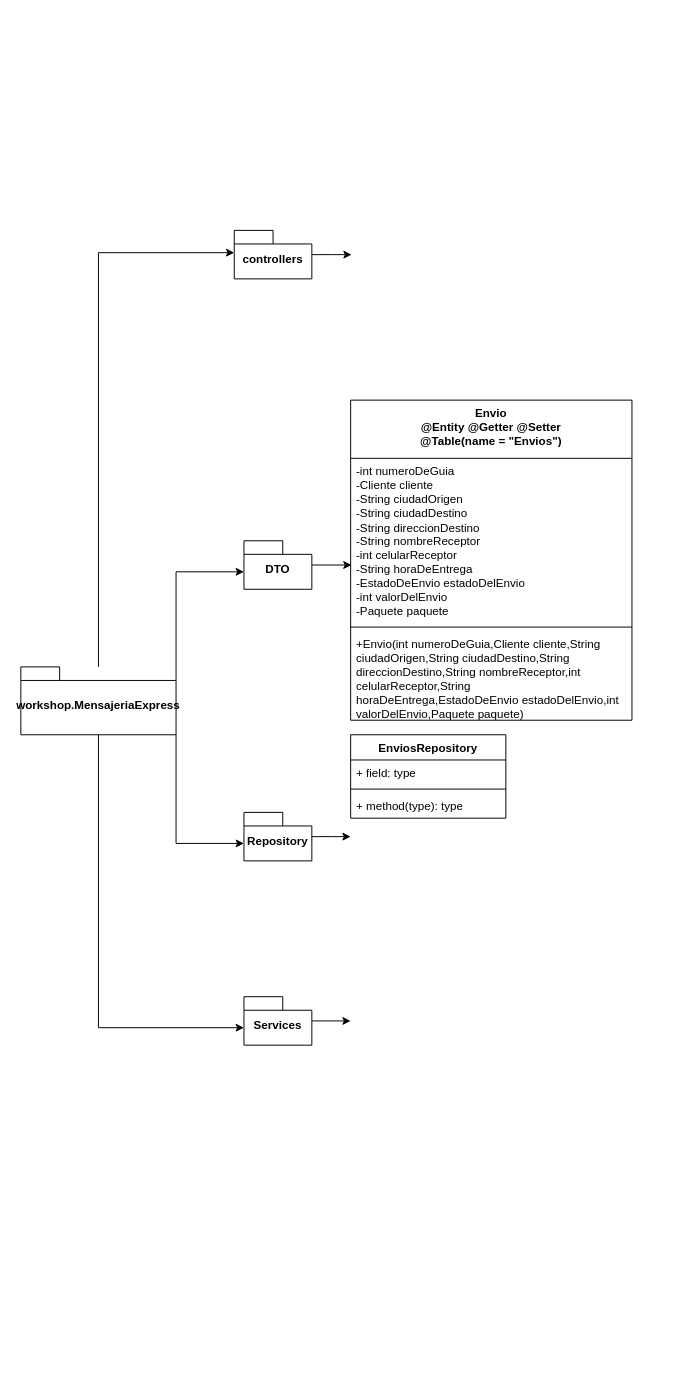
This is Diagrama sin título.drawio from EmmanuelUs4/Proyecto-integrador, a draw.io file, before an edit. Source tidied: cells renumbered, new cells numbered last; positions are measured from the earlier drawing's top-left corner, leaving out a move shared by most shapes. Both pictures are drawn from the tidied source at 97%, with x=0, y=0 at pixel (20, 230).
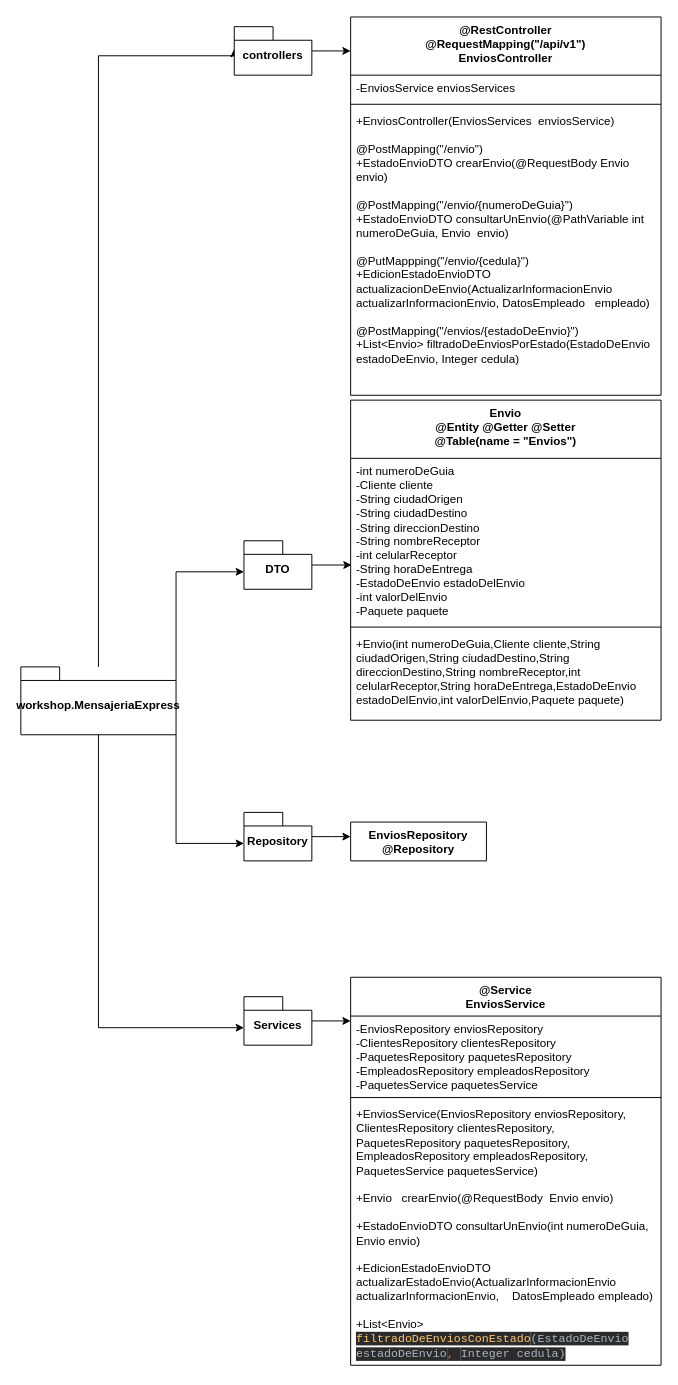
The same diagram, later.

The change refers to these unchanged cells:
```xml
<mxCell id="6" value="workshop.MensajeriaExpress" style="shape=folder;fontStyle=1;spacingTop=10;tabWidth=40;tabHeight=14;tabPosition=left;html=1;whiteSpace=wrap;" parent="1" vertex="1">
  <mxGeometry y="450" width="160" height="70" as="geometry" />
</mxCell>
```

Diff of the diagram source:
```diff
@@
     <mxCell id="2" style="edgeStyle=orthogonalEdgeStyle;rounded=0;jettySize=auto;html=1;entryX=0;entryY=0;entryDx=0;entryDy=23;entryPerimeter=0;" parent="1" edge="1" source="6" target="8">
       <mxGeometry relative="1" as="geometry">
         <Array as="points">
-          <mxPoint x="80" y="23" />
+          <mxPoint x="80" y="-180" />
+          <mxPoint x="220" y="-180" />
         </Array>
       </mxGeometry>
     </mxCell>
@@
-    <mxCell id="7" style="edgeStyle=orthogonalEdgeStyle;rounded=0;jettySize=auto;html=1;entryX=0.002;entryY=0.247;entryDx=0;entryDy=0;entryPerimeter=0;" parent="1" edge="1" source="8">
+    <mxCell id="7" style="edgeStyle=orthogonalEdgeStyle;rounded=0;jettySize=auto;html=1;" parent="1" edge="1" source="8">
       <mxGeometry relative="1" as="geometry">
-        <mxPoint x="341" y="25" as="targetPoint" />
+        <mxPoint x="340" y="-185" as="targetPoint" />
       </mxGeometry>
     </mxCell>
     <mxCell id="8" value="controllers" style="shape=folder;fontStyle=1;spacingTop=10;tabWidth=40;tabHeight=14;tabPosition=left;html=1;whiteSpace=wrap;" parent="1" vertex="1">
-      <mxGeometry x="220" width="80" height="50" as="geometry" />
+      <mxGeometry x="220" y="-210" width="80" height="50" as="geometry" />
     </mxCell>
@@
     <mxCell id="15" value="Envio&lt;br&gt;@Entity @Getter @Setter&lt;br&gt;@Table(name = &quot;Envios&quot;)" style="swimlane;fontStyle=1;align=center;verticalAlign=top;horizontal=1;startSize=60;whiteSpace=wrap;html=1;" parent="1" vertex="1">
-      <mxGeometry x="340" y="175" width="290" height="330" as="geometry" />
+      <mxGeometry x="340" y="175" width="320" height="330" as="geometry" />
     </mxCell>
     <mxCell id="16" value="-int numeroDeGuia&lt;br&gt;-Cliente cliente&lt;br&gt;-String ciudadOrigen&lt;br&gt;-String ciudadDestino&lt;br&gt;-String direccionDestino&lt;br&gt;-String nombreReceptor&lt;br&gt;-int celularReceptor&lt;br&gt;-String horaDeEntrega&lt;br&gt;-EstadoDeEnvio estadoDelEnvio&lt;br&gt;-int valorDelEnvio&lt;br&gt;-Paquete paquete" style="text;strokeColor=none;fillColor=none;align=left;verticalAlign=top;spacingLeft=4;spacingRight=4;overflow=hidden;points=[[0,0.5],[1,0.5]];portConstraint=eastwest;whiteSpace=wrap;html=1;" parent="15" vertex="1">
-      <mxGeometry y="60" width="290" height="170" as="geometry" />
+      <mxGeometry y="60" width="320" height="170" as="geometry" />
     </mxCell>
     <mxCell id="17" style="line;strokeWidth=1;fillColor=none;align=left;verticalAlign=middle;spacingTop=-1;spacingLeft=3;spacingRight=3;labelPosition=right;strokeColor=inherit;" parent="15" vertex="1">
-      <mxGeometry y="230" width="290" height="8" as="geometry" />
+      <mxGeometry y="230" width="320" height="8" as="geometry" />
     </mxCell>
     <mxCell id="18" value="+Envio(int numeroDeGuia,Cliente cliente,String ciudadOrigen,String ciudadDestino,String direccionDestino,String nombreReceptor,int celularReceptor,String horaDeEntrega,EstadoDeEnvio estadoDelEnvio,int valorDelEnvio,Paquete paquete)" style="text;strokeColor=none;fillColor=none;align=left;verticalAlign=top;spacingLeft=4;spacingRight=4;overflow=hidden;whiteSpace=wrap;html=1;" parent="15" vertex="1">
-      <mxGeometry y="238" width="290" height="92" as="geometry" />
+      <mxGeometry y="238" width="320" height="92" as="geometry" />
     </mxCell>
-    <mxCell id="19" value="EnviosRepository" style="swimlane;fontStyle=1;align=center;verticalAlign=top;horizontal=1;startSize=26;whiteSpace=wrap;html=1;" parent="1" vertex="1">
-      <mxGeometry x="340" y="520" width="160" height="86" as="geometry" />
+    <mxCell id="19" value="EnviosRepository&lt;br&gt;@Repository" style="swimlane;fontStyle=1;align=center;verticalAlign=top;horizontal=1;startSize=40;whiteSpace=wrap;html=1;" parent="1" vertex="1" collapsed="1">
+      <mxGeometry x="340" y="610" width="140" height="40" as="geometry" />
     </mxCell>
-    <mxCell id="20" value="+ field: type" style="text;strokeColor=none;fillColor=none;align=left;verticalAlign=top;spacingLeft=4;spacingRight=4;overflow=hidden;whiteSpace=wrap;html=1;" parent="19" vertex="1">
-      <mxGeometry y="26" width="160" height="26" as="geometry" />
-    </mxCell>
-    <mxCell id="21" style="line;strokeWidth=1;fillColor=none;align=left;verticalAlign=middle;spacingTop=-1;spacingLeft=3;spacingRight=3;labelPosition=right;strokeColor=inherit;" parent="19" vertex="1">
-      <mxGeometry y="52" width="160" height="8" as="geometry" />
-    </mxCell>
-    <mxCell id="22" value="+ method(type): type" style="text;strokeColor=none;fillColor=none;align=left;verticalAlign=top;spacingLeft=4;spacingRight=4;overflow=hidden;whiteSpace=wrap;html=1;" parent="19" vertex="1">
-      <mxGeometry y="60" width="160" height="26" as="geometry" />
-    </mxCell>
+    <mxCell id="23" value="@Service&lt;br&gt;EnviosService&lt;br&gt;" style="swimlane;fontStyle=1;align=center;verticalAlign=top;horizontal=1;startSize=40;whiteSpace=wrap;html=1;" parent="1" vertex="1">
+      <mxGeometry x="340" y="770" width="320" height="400" as="geometry" />
+    </mxCell>
+    <mxCell id="24" value="-EnviosRepository enviosRepository&lt;br&gt;-ClientesRepository clientesRepository&lt;br&gt;-PaquetesRepository paquetesRepository&lt;br&gt;-EmpleadosRepository empleadosRepository&lt;br&gt;-PaquetesService paquetesService" style="text;strokeColor=none;fillColor=none;align=left;verticalAlign=top;spacingLeft=4;spacingRight=4;overflow=hidden;whiteSpace=wrap;html=1;" parent="23" vertex="1">
+      <mxGeometry y="40" width="320" height="80" as="geometry" />
+    </mxCell>
+    <mxCell id="25" style="line;strokeWidth=1;fillColor=none;align=left;verticalAlign=middle;spacingTop=-1;spacingLeft=3;spacingRight=3;labelPosition=right;strokeColor=inherit;" parent="23" vertex="1">
+      <mxGeometry y="120" width="320" height="8" as="geometry" />
+    </mxCell>
+    <mxCell id="26" value="+EnviosService(EnviosRepository enviosRepository, ClientesRepository clientesRepository,&lt;br&gt;PaquetesRepository paquetesRepository,&lt;br&gt;EmpleadosRepository empleadosRepository,&lt;br&gt;PaquetesService paquetesService)&lt;br&gt;&lt;br&gt;+Envio&amp;nbsp; &amp;nbsp;crearEnvio(@RequestBody&amp;nbsp; Envio envio)&lt;br&gt;&lt;br&gt;+EstadoEnvioDTO consultarUnEnvio(int numeroDeGuia, Envio envio)&lt;br&gt;&lt;br&gt;+EdicionEstadoEnvioDTO actualizarEstadoEnvio(ActualizarInformacionEnvio actualizarInformacionEnvio,&amp;nbsp; &amp;nbsp; DatosEmpleado empleado)&lt;br&gt;&lt;br&gt;+List&amp;lt;Envio&amp;gt; &lt;span style=&quot;background-color: rgb(43, 43, 43); font-family: &amp;quot;JetBrains Mono&amp;quot;, monospace; color: rgb(255, 198, 109);&quot;&gt;filtradoDeEnviosConEstado&lt;/span&gt;&lt;span style=&quot;background-color: rgb(43, 43, 43); color: rgb(169, 183, 198); font-family: &amp;quot;JetBrains Mono&amp;quot;, monospace;&quot;&gt;(EstadoDeEnvio estadoDeEnvio&lt;/span&gt;&lt;span style=&quot;background-color: rgb(43, 43, 43); font-family: &amp;quot;JetBrains Mono&amp;quot;, monospace; color: rgb(204, 120, 50);&quot;&gt;, &lt;/span&gt;&lt;span style=&quot;background-color: rgb(43, 43, 43); color: rgb(169, 183, 198); font-family: &amp;quot;JetBrains Mono&amp;quot;, monospace;&quot;&gt;Integer cedula)&lt;/span&gt;" style="text;strokeColor=none;fillColor=none;align=left;verticalAlign=top;spacingLeft=4;spacingRight=4;overflow=hidden;whiteSpace=wrap;html=1;" parent="23" vertex="1">
+      <mxGeometry y="128" width="320" height="272" as="geometry" />
+    </mxCell>
+    <mxCell id="27" value="@RestController&lt;br&gt;@RequestMapping(&quot;/api/v1&quot;)&lt;br&gt;EnviosController" style="swimlane;fontStyle=1;align=center;verticalAlign=top;horizontal=1;startSize=60;whiteSpace=wrap;html=1;" parent="1" vertex="1">
+      <mxGeometry x="340" y="-220" width="320" height="390" as="geometry" />
+    </mxCell>
+    <mxCell id="28" value="-EnviosService enviosServices" style="text;strokeColor=none;fillColor=none;align=left;verticalAlign=top;spacingLeft=4;spacingRight=4;overflow=hidden;whiteSpace=wrap;html=1;" parent="27" vertex="1">
+      <mxGeometry y="60" width="320" height="26" as="geometry" />
+    </mxCell>
+    <mxCell id="29" style="line;strokeWidth=1;fillColor=none;align=left;verticalAlign=middle;spacingTop=-1;spacingLeft=3;spacingRight=3;labelPosition=right;strokeColor=inherit;" parent="27" vertex="1">
+      <mxGeometry y="86" width="320" height="8" as="geometry" />
+    </mxCell>
+    <mxCell id="30" value="+EnviosController(EnviosServices&amp;nbsp; enviosService)&lt;br&gt;&lt;br&gt;@PostMapping(&quot;/envio&quot;)&lt;br&gt;+EstadoEnvioDTO crearEnvio(@RequestBody Envio envio)&lt;br&gt;&lt;br&gt;@PostMapping(&quot;/envio/{numeroDeGuia}&quot;)&lt;br&gt;+EstadoEnvioDTO consultarUnEnvio(@PathVariable int numeroDeGuia, Envio&amp;nbsp; envio)&lt;br&gt;&lt;br&gt;@PutMappping(&quot;/envio/{cedula}&quot;)&lt;br&gt;+EdicionEstadoEnvioDTO actualizacionDeEnvio(ActualizarInformacionEnvio actualizarInformacionEnvio, DatosEmpleado&amp;nbsp; &amp;nbsp;empleado)&lt;br&gt;&lt;br&gt;@PostMapping(&quot;/envios/{estadoDeEnvio}&quot;)&lt;br&gt;+List&amp;lt;Envio&amp;gt; filtradoDeEnviosPorEstado(EstadoDeEnvio&amp;nbsp; estadoDeEnvio, Integer cedula)" style="text;strokeColor=none;fillColor=none;align=left;verticalAlign=top;spacingLeft=4;spacingRight=4;overflow=hidden;whiteSpace=wrap;html=1;" parent="27" vertex="1">
+      <mxGeometry y="94" width="320" height="296" as="geometry" />
+    </mxCell>
```
